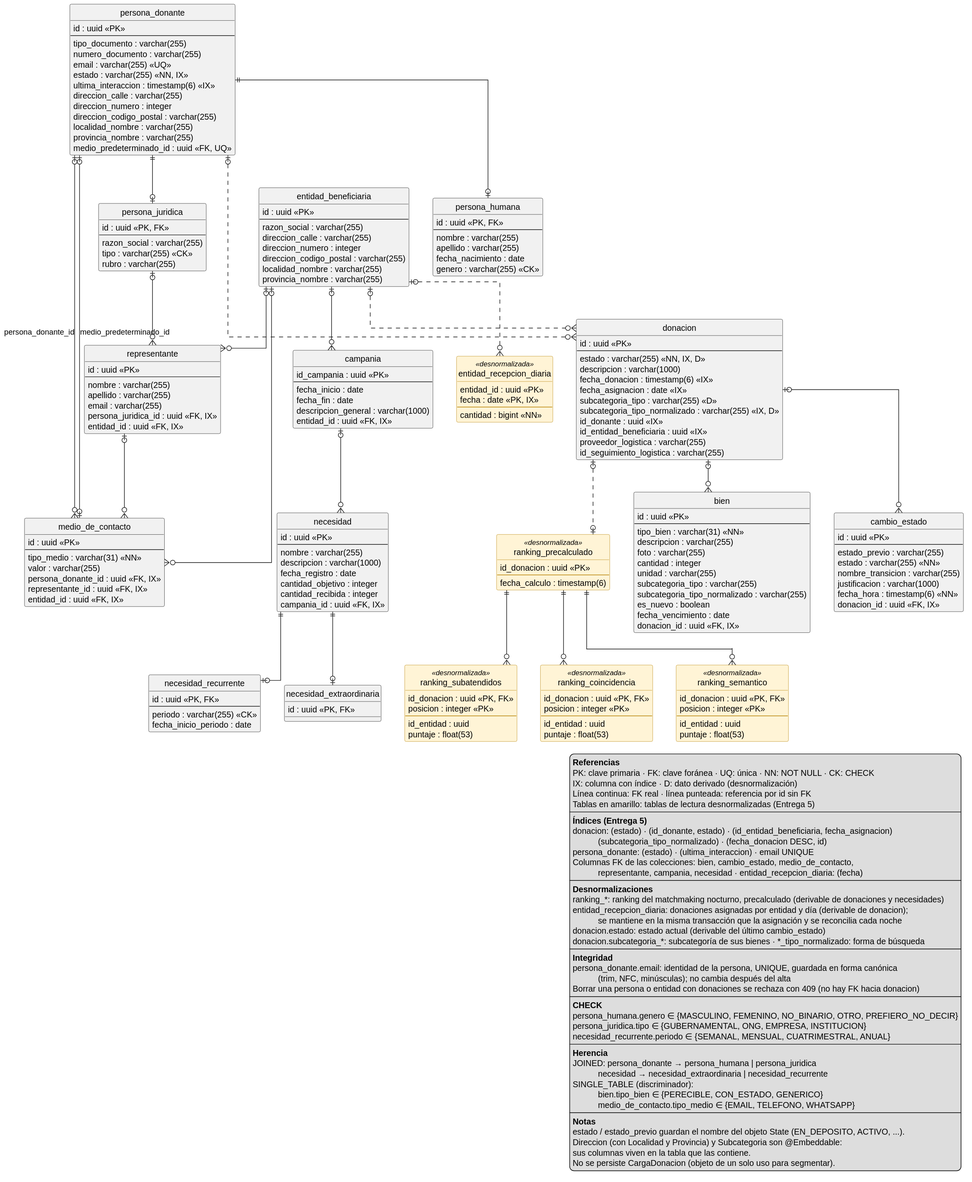
Above: donatrack/DiagramaDeClases/Donaciones/donaciones-der.svg in PonceCamilo/TP-ANUAL-DISENIO-2026 (PlantUML), before the change.
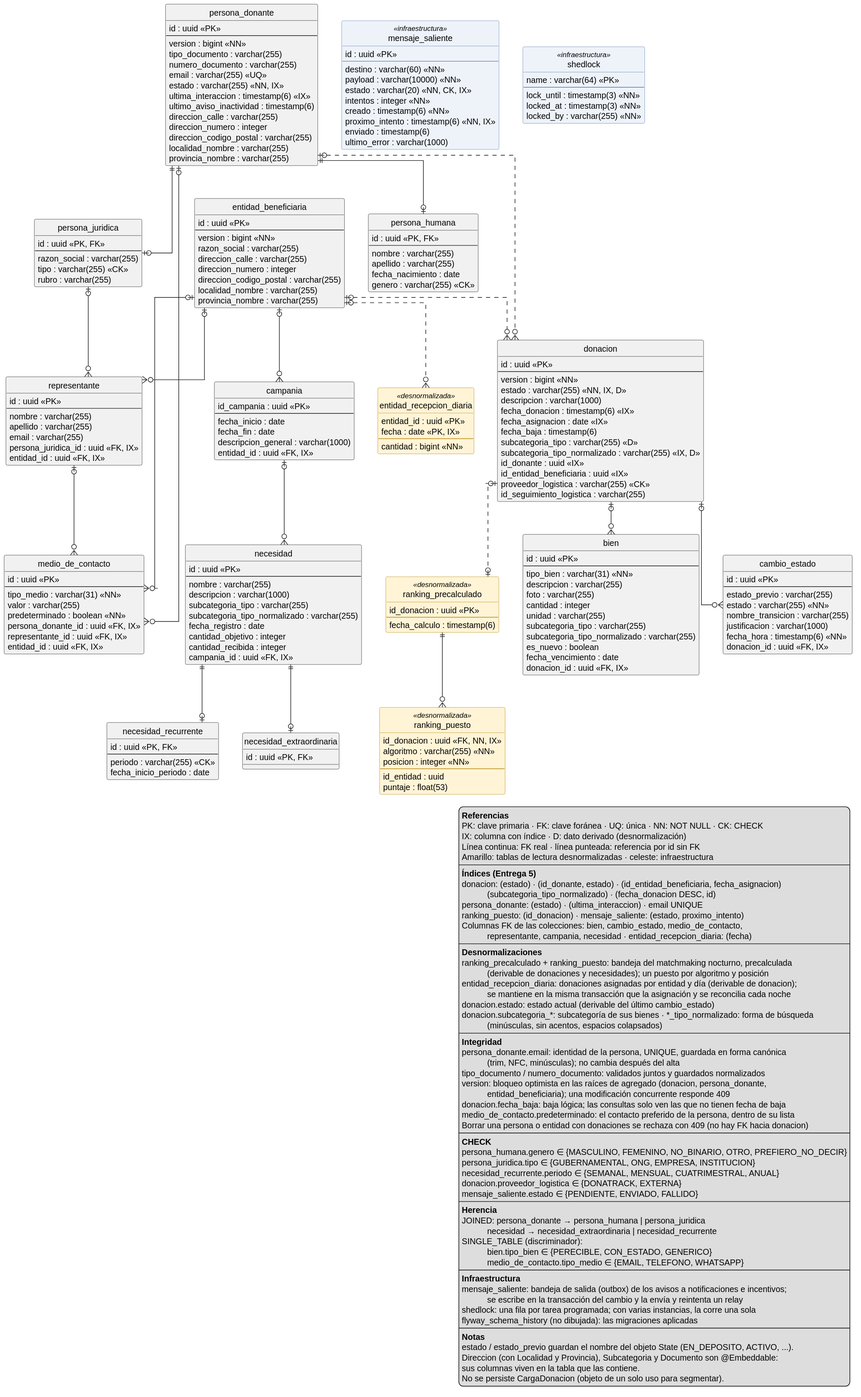
The same file after the commit.

What changed in the source:
```diff
@@ -6,6 +6,8 @@
 skinparam class {
   BackgroundColor<<desnormalizada>> #FFF4D6
   BorderColor<<desnormalizada>> #B8860B
+  BackgroundColor<<infraestructura>> #EEF3FA
+  BorderColor<<infraestructura>> #5B7BA6
 }
 
 
@@ -13,17 +15,18 @@
 entity persona_donante {
   id : uuid <<PK>>
   --
+  version : bigint <<NN>>
   tipo_documento : varchar(255)
   numero_documento : varchar(255)
   email : varchar(255) <<UQ>>
   estado : varchar(255) <<NN, IX>>
   ultima_interaccion : timestamp(6) <<IX>>
+  ultimo_aviso_inactividad : timestamp(6)
   direccion_calle : varchar(255)
   direccion_numero : integer
   direccion_codigo_postal : varchar(255)
   localidad_nombre : varchar(255)
   provincia_nombre : varchar(255)
-  medio_predeterminado_id : uuid <<FK, UQ>>
 }
 
 entity persona_humana {
@@ -59,6 +62,7 @@
   --
   tipo_medio : varchar(31) <<NN>>
   valor : varchar(255)
+  predeterminado : boolean <<NN>>
   persona_donante_id : uuid <<FK, IX>>
   representante_id : uuid <<FK, IX>>
   entidad_id : uuid <<FK, IX>>
@@ -68,6 +72,7 @@
 entity entidad_beneficiaria {
   id : uuid <<PK>>
   --
+  version : bigint <<NN>>
   razon_social : varchar(255)
   direccion_calle : varchar(255)
   direccion_numero : integer
@@ -90,6 +95,8 @@
   --
   nombre : varchar(255)
   descripcion : varchar(1000)
+  subcategoria_tipo : varchar(255)
+  subcategoria_tipo_normalizado : varchar(255)
   fecha_registro : date
   cantidad_objetivo : integer
   cantidad_recibida : integer
@@ -111,15 +118,17 @@
 entity donacion {
   id : uuid <<PK>>
   --
+  version : bigint <<NN>>
   estado : varchar(255) <<NN, IX, D>>
   descripcion : varchar(1000)
   fecha_donacion : timestamp(6) <<IX>>
   fecha_asignacion : date <<IX>>
+  fecha_baja : timestamp(6)
   subcategoria_tipo : varchar(255) <<D>>
   subcategoria_tipo_normalizado : varchar(255) <<IX, D>>
   id_donante : uuid <<IX>>
   id_entidad_beneficiaria : uuid <<IX>>
-  proveedor_logistica : varchar(255)
+  proveedor_logistica : varchar(255) <<CK>>
   id_seguimiento_logistica : varchar(255)
 }
 
@@ -156,25 +165,10 @@
   fecha_calculo : timestamp(6)
 }
 
-entity ranking_coincidencia <<desnormalizada>> {
-  id_donacion : uuid <<PK, FK>>
-  posicion : integer <<PK>>
-  --
-  id_entidad : uuid
-  puntaje : float(53)
-}
-
-entity ranking_semantico <<desnormalizada>> {
-  id_donacion : uuid <<PK, FK>>
-  posicion : integer <<PK>>
-  --
-  id_entidad : uuid
-  puntaje : float(53)
-}
-
-entity ranking_subatendidos <<desnormalizada>> {
-  id_donacion : uuid <<PK, FK>>
-  posicion : integer <<PK>>
+entity ranking_puesto <<desnormalizada>> {
+  id_donacion : uuid <<FK, NN, IX>>
+  algoritmo : varchar(255) <<NN>>
+  posicion : integer <<NN>>
   --
   id_entidad : uuid
   puntaje : float(53)
@@ -188,12 +182,32 @@
 }
 
 
+entity mensaje_saliente <<infraestructura>> {
+  id : uuid <<PK>>
+  --
+  destino : varchar(60) <<NN>>
+  payload : varchar(10000) <<NN>>
+  estado : varchar(20) <<NN, CK, IX>>
+  intentos : integer <<NN>>
+  creado : timestamp(6) <<NN>>
+  proximo_intento : timestamp(6) <<NN, IX>>
+  enviado : timestamp(6)
+  ultimo_error : varchar(1000)
+}
+
+entity shedlock <<infraestructura>> {
+  name : varchar(64) <<PK>>
+  --
+  lock_until : timestamp(3) <<NN>>
+  locked_at : timestamp(3) <<NN>>
+  locked_by : varchar(255) <<NN>>
+}
+
+
 persona_donante ||--o| persona_humana
 persona_donante ||--o| persona_juridica
 
-
-persona_donante |o--o{ medio_de_contacto : persona_donante_id
-medio_de_contacto |o--o| persona_donante : medio_predeterminado_id
+persona_donante |o--o{ medio_de_contacto
 persona_juridica |o--o{ representante
 representante |o--o{ medio_de_contacto
 
@@ -207,9 +221,7 @@
 donacion |o--o{ bien
 donacion |o--o{ cambio_estado
 
-ranking_precalculado ||--o{ ranking_coincidencia
-ranking_precalculado ||--o{ ranking_semantico
-ranking_precalculado ||--o{ ranking_subatendidos
+ranking_precalculado ||--o{ ranking_puesto
 
 
 persona_donante |o..o{ donacion
@@ -222,31 +234,41 @@
   PK: clave primaria · FK: clave foránea · UQ: única · NN: NOT NULL · CK: CHECK
   IX: columna con índice · D: dato derivado (desnormalización)
   Línea continua: FK real · línea punteada: referencia por id sin FK
-  Tablas en amarillo: tablas de lectura desnormalizadas (Entrega 5)
+  Amarillo: tablas de lectura desnormalizadas · celeste: infraestructura
   ----
   <b>Índices (Entrega 5)</b>
   donacion: (estado) · (id_donante, estado) · (id_entidad_beneficiaria, fecha_asignacion)
              (subcategoria_tipo_normalizado) · (fecha_donacion DESC, id)
   persona_donante: (estado) · (ultima_interaccion) · email UNIQUE
+  ranking_puesto: (id_donacion) · mensaje_saliente: (estado, proximo_intento)
   Columnas FK de las colecciones: bien, cambio_estado, medio_de_contacto,
              representante, campania, necesidad · entidad_recepcion_diaria: (fecha)
   ----
   <b>Desnormalizaciones</b>
-  ranking_*: ranking del matchmaking nocturno, precalculado (derivable de donaciones y necesidades)
+  ranking_precalculado + ranking_puesto: bandeja del matchmaking nocturno, precalculada
+             (derivable de donaciones y necesidades); un puesto por algoritmo y posición
   entidad_recepcion_diaria: donaciones asignadas por entidad y día (derivable de donacion);
              se mantiene en la misma transacción que la asignación y se reconcilia cada noche
   donacion.estado: estado actual (derivable del último cambio_estado)
   donacion.subcategoria_*: subcategoría de sus bienes · *_tipo_normalizado: forma de búsqueda
+             (minúsculas, sin acentos, espacios colapsados)
   ----
   <b>Integridad</b>
   persona_donante.email: identidad de la persona, UNIQUE, guardada en forma canónica
              (trim, NFC, minúsculas); no cambia después del alta
+  tipo_documento / numero_documento: validados juntos y guardados normalizados
+  version: bloqueo optimista en las raíces de agregado (donacion, persona_donante,
+             entidad_beneficiaria); una modificación concurrente responde 409
+  donacion.fecha_baja: baja lógica; las consultas solo ven las que no tienen fecha de baja
+  medio_de_contacto.predeterminado: el contacto preferido de la persona, dentro de su lista
   Borrar una persona o entidad con donaciones se rechaza con 409 (no hay FK hacia donacion)
   ----
   <b>CHECK</b>
   persona_humana.genero ∈ {MASCULINO, FEMENINO, NO_BINARIO, OTRO, PREFIERO_NO_DECIR}
   persona_juridica.tipo ∈ {GUBERNAMENTAL, ONG, EMPRESA, INSTITUCION}
   necesidad_recurrente.periodo ∈ {SEMANAL, MENSUAL, CUATRIMESTRAL, ANUAL}
+  donacion.proveedor_logistica ∈ {DONATRACK, EXTERNA}
+  mensaje_saliente.estado ∈ {PENDIENTE, ENVIADO, FALLIDO}
   ----
   <b>Herencia</b>
   JOINED: persona_donante → persona_humana | persona_juridica
@@ -255,9 +277,15 @@
              bien.tipo_bien ∈ {PERECIBLE, CON_ESTADO, GENERICO}
              medio_de_contacto.tipo_medio ∈ {EMAIL, TELEFONO, WHATSAPP}
   ----
+  <b>Infraestructura</b>
+  mensaje_saliente: bandeja de salida (outbox) de los avisos a notificaciones e incentivos;
+             se escribe en la transacción del cambio y la envía y reintenta un relay
+  shedlock: una fila por tarea programada; con varias instancias, la corre una sola
+  flyway_schema_history (no dibujada): las migraciones aplicadas
+  ----
   <b>Notas</b>
   estado / estado_previo guardan el nombre del objeto State (EN_DEPOSITO, ACTIVO, ...).
-  Direccion (con Localidad y Provincia) y Subcategoria son @Embeddable:
+  Direccion (con Localidad y Provincia), Subcategoria y Documento son @Embeddable:
   sus columnas viven en la tabla que las contiene.
   No se persiste CargaDonacion (objeto de un solo uso para segmentar).
 endlegend
```
